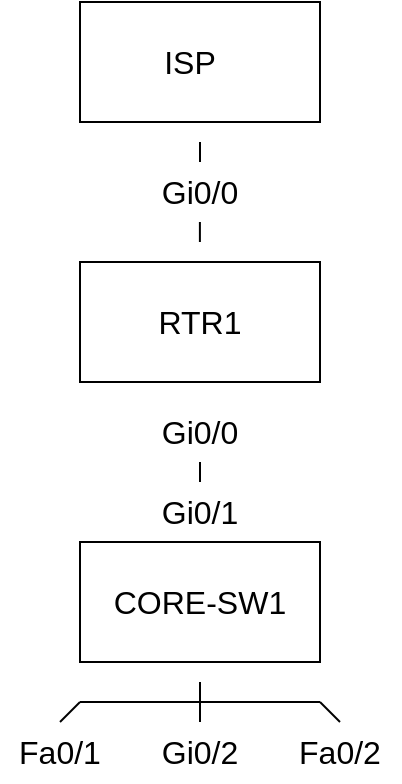
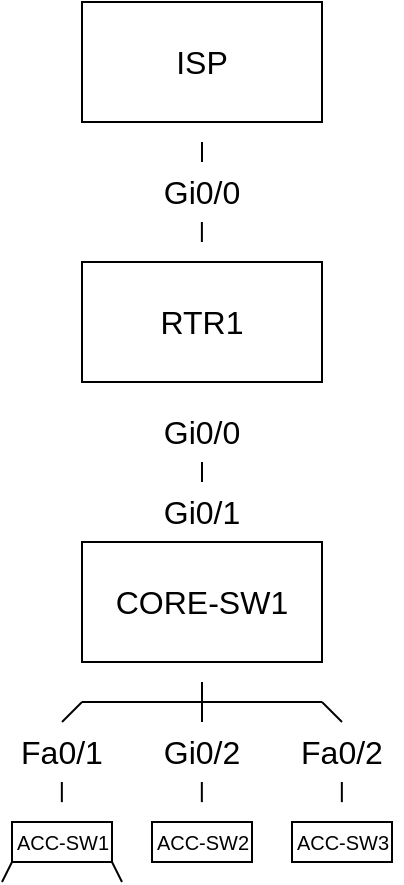
<mxfile host="app.diagrams.net">
  <diagram name="Page-1" id="nrHBfVMkrXwOKs-d-XcE">
-     <mxGraphModel dx="408" dy="374" grid="1" gridSize="10" guides="1" tooltips="1" connect="1" arrows="1" fold="1" page="1" pageScale="1" pageWidth="850" pageHeight="1100" math="0" shadow="0">
+     <mxGraphModel dx="175" dy="160" grid="1" gridSize="10" guides="1" tooltips="1" connect="1" arrows="1" fold="1" page="1" pageScale="1" pageWidth="850" pageHeight="1100" math="0" shadow="0">
      <root>
        <mxCell id="0" />
        <mxCell id="1" parent="0" />
        <mxCell id="PAGTaIKxO_D1mukXTtMI-1" parent="1" style="whiteSpace=wrap;html=1;" value="" vertex="1">
          <mxGeometry height="60" width="120" x="340" y="10" as="geometry" />
        </mxCell>
        <mxCell id="PAGTaIKxO_D1mukXTtMI-3" parent="1" style="text;html=1;whiteSpace=wrap;strokeColor=none;fillColor=none;align=center;verticalAlign=middle;rounded=0;fontSize=16;" value="ISP" vertex="1">
-           <mxGeometry height="30" width="60" x="365" y="25" as="geometry" />
+           <mxGeometry height="30" width="60" x="370" y="25" as="geometry" />
        </mxCell>
        <mxCell id="PAGTaIKxO_D1mukXTtMI-8" edge="1" parent="1" style="edgeStyle=none;orthogonalLoop=1;jettySize=auto;html=1;rounded=0;fontSize=12;startSize=8;endSize=8;curved=1;endArrow=none;endFill=0;" value="">
          <mxGeometry relative="1" width="120" as="geometry">
            <Array as="points" />
            <mxPoint x="400" y="80" as="sourcePoint" />
            <mxPoint x="400" y="90" as="targetPoint" />
          </mxGeometry>
        </mxCell>
        <mxCell id="PAGTaIKxO_D1mukXTtMI-9" parent="1" style="text;html=1;whiteSpace=wrap;strokeColor=none;fillColor=none;align=center;verticalAlign=middle;rounded=0;fontSize=16;" value="Gi0/0" vertex="1">
          <mxGeometry height="30" width="60" x="370" y="90" as="geometry" />
        </mxCell>
        <mxCell id="PAGTaIKxO_D1mukXTtMI-10" edge="1" parent="1" style="edgeStyle=none;orthogonalLoop=1;jettySize=auto;html=1;rounded=0;fontSize=12;startSize=8;endSize=8;curved=1;endArrow=none;endFill=0;" value="">
          <mxGeometry relative="1" width="120" as="geometry">
            <Array as="points" />
            <mxPoint x="399.95" y="130" as="sourcePoint" />
            <mxPoint x="399.95" y="120" as="targetPoint" />
          </mxGeometry>
        </mxCell>
        <mxCell id="PAGTaIKxO_D1mukXTtMI-11" parent="1" style="whiteSpace=wrap;html=1;" value="" vertex="1">
          <mxGeometry height="60" width="120" x="340" y="140" as="geometry" />
        </mxCell>
        <mxCell id="PAGTaIKxO_D1mukXTtMI-12" parent="1" style="text;html=1;whiteSpace=wrap;strokeColor=none;fillColor=none;align=center;verticalAlign=middle;rounded=0;fontSize=16;" value="RTR1" vertex="1">
          <mxGeometry height="30" width="60" x="370" y="155" as="geometry" />
        </mxCell>
        <mxCell id="PAGTaIKxO_D1mukXTtMI-13" parent="1" style="text;html=1;whiteSpace=wrap;strokeColor=none;fillColor=none;align=center;verticalAlign=middle;rounded=0;fontSize=16;" value="Gi0/0" vertex="1">
          <mxGeometry height="30" width="60" x="370" y="210" as="geometry" />
        </mxCell>
        <mxCell id="PAGTaIKxO_D1mukXTtMI-15" edge="1" parent="1" style="edgeStyle=none;orthogonalLoop=1;jettySize=auto;html=1;rounded=0;fontSize=12;startSize=8;endSize=8;curved=1;endArrow=none;endFill=0;" value="">
          <mxGeometry relative="1" width="120" as="geometry">
            <Array as="points" />
            <mxPoint x="400" y="240" as="sourcePoint" />
            <mxPoint x="400" y="250" as="targetPoint" />
          </mxGeometry>
        </mxCell>
        <mxCell id="PAGTaIKxO_D1mukXTtMI-16" parent="1" style="text;html=1;whiteSpace=wrap;strokeColor=none;fillColor=none;align=center;verticalAlign=middle;rounded=0;fontSize=16;" value="Gi0/1" vertex="1">
          <mxGeometry height="30" width="60" x="370" y="250" as="geometry" />
        </mxCell>
        <mxCell id="PAGTaIKxO_D1mukXTtMI-17" parent="1" style="whiteSpace=wrap;html=1;" value="" vertex="1">
          <mxGeometry height="60" width="120" x="340" y="280" as="geometry" />
        </mxCell>
        <mxCell id="PAGTaIKxO_D1mukXTtMI-18" parent="1" style="text;html=1;whiteSpace=wrap;strokeColor=none;fillColor=none;align=center;verticalAlign=middle;rounded=0;fontSize=16;" value="CORE-SW1" vertex="1">
          <mxGeometry height="30" width="100" x="350" y="295" as="geometry" />
        </mxCell>
        <mxCell id="PAGTaIKxO_D1mukXTtMI-19" edge="1" parent="1" style="edgeStyle=none;orthogonalLoop=1;jettySize=auto;html=1;rounded=0;fontSize=12;startSize=8;endSize=8;curved=1;endArrow=none;endFill=0;" value="">
          <mxGeometry relative="1" width="120" as="geometry">
            <Array as="points" />
            <mxPoint x="400" y="350" as="sourcePoint" />
            <mxPoint x="400" y="360" as="targetPoint" />
          </mxGeometry>
        </mxCell>
        <mxCell id="PAGTaIKxO_D1mukXTtMI-20" edge="1" parent="1" style="edgeStyle=none;orthogonalLoop=1;jettySize=auto;html=1;rounded=0;fontSize=12;startSize=8;endSize=8;curved=1;endArrow=none;endFill=0;" value="">
          <mxGeometry relative="1" width="120" as="geometry">
            <Array as="points" />
            <mxPoint x="340" y="360" as="sourcePoint" />
            <mxPoint x="460" y="360" as="targetPoint" />
          </mxGeometry>
        </mxCell>
        <mxCell id="PAGTaIKxO_D1mukXTtMI-21" edge="1" parent="1" style="edgeStyle=none;orthogonalLoop=1;jettySize=auto;html=1;rounded=0;fontSize=12;startSize=8;endSize=8;curved=1;endArrow=none;endFill=0;" value="">
          <mxGeometry relative="1" width="120" as="geometry">
            <Array as="points" />
            <mxPoint x="400" y="360" as="sourcePoint" />
            <mxPoint x="400" y="370" as="targetPoint" />
          </mxGeometry>
        </mxCell>
        <mxCell id="PAGTaIKxO_D1mukXTtMI-23" edge="1" parent="1" style="edgeStyle=none;orthogonalLoop=1;jettySize=auto;html=1;rounded=0;fontSize=12;startSize=8;endSize=8;curved=1;endArrow=none;endFill=0;" value="">
          <mxGeometry relative="1" width="120" as="geometry">
            <Array as="points" />
            <mxPoint x="340" y="360" as="sourcePoint" />
            <mxPoint x="330" y="370" as="targetPoint" />
          </mxGeometry>
        </mxCell>
        <mxCell id="PAGTaIKxO_D1mukXTtMI-24" edge="1" parent="1" style="edgeStyle=none;orthogonalLoop=1;jettySize=auto;html=1;rounded=0;fontSize=12;startSize=8;endSize=8;curved=1;endArrow=none;endFill=0;" value="">
          <mxGeometry relative="1" width="120" as="geometry">
            <Array as="points" />
            <mxPoint x="470" y="370" as="sourcePoint" />
            <mxPoint x="460" y="360" as="targetPoint" />
          </mxGeometry>
        </mxCell>
        <mxCell id="PAGTaIKxO_D1mukXTtMI-25" parent="1" style="text;html=1;whiteSpace=wrap;strokeColor=none;fillColor=none;align=center;verticalAlign=middle;rounded=0;fontSize=16;" value="Fa0/1" vertex="1">
          <mxGeometry height="30" width="60" x="300" y="370" as="geometry" />
        </mxCell>
        <mxCell id="PAGTaIKxO_D1mukXTtMI-26" parent="1" style="text;html=1;whiteSpace=wrap;strokeColor=none;fillColor=none;align=center;verticalAlign=middle;rounded=0;fontSize=16;" value="Gi0/2" vertex="1">
          <mxGeometry height="30" width="60" x="370" y="370" as="geometry" />
        </mxCell>
        <mxCell id="PAGTaIKxO_D1mukXTtMI-27" parent="1" style="text;html=1;whiteSpace=wrap;strokeColor=none;fillColor=none;align=center;verticalAlign=middle;rounded=0;fontSize=16;" value="Fa0/2" vertex="1">
          <mxGeometry height="30" width="60" x="440" y="370" as="geometry" />
        </mxCell>
+         <mxCell id="HQMXMfczDyNlfQodfAvz-1" edge="1" parent="1" style="edgeStyle=none;orthogonalLoop=1;jettySize=auto;html=1;rounded=0;fontSize=12;startSize=8;endSize=8;curved=1;endArrow=none;endFill=0;" value="">
+           <mxGeometry relative="1" width="120" as="geometry">
+             <Array as="points" />
+             <mxPoint x="329.92" y="400" as="sourcePoint" />
+             <mxPoint x="329.92" y="410.08" as="targetPoint" />
+           </mxGeometry>
+         </mxCell>
+         <mxCell id="HQMXMfczDyNlfQodfAvz-2" edge="1" parent="1" style="edgeStyle=none;orthogonalLoop=1;jettySize=auto;html=1;rounded=0;fontSize=12;startSize=8;endSize=8;curved=1;endArrow=none;endFill=0;" value="">
+           <mxGeometry relative="1" width="120" as="geometry">
+             <Array as="points" />
+             <mxPoint x="399.92" y="400" as="sourcePoint" />
+             <mxPoint x="399.92" y="410.08" as="targetPoint" />
+           </mxGeometry>
+         </mxCell>
+         <mxCell id="HQMXMfczDyNlfQodfAvz-3" edge="1" parent="1" style="edgeStyle=none;orthogonalLoop=1;jettySize=auto;html=1;rounded=0;fontSize=12;startSize=8;endSize=8;curved=1;endArrow=none;endFill=0;" value="">
+           <mxGeometry relative="1" width="120" as="geometry">
+             <Array as="points" />
+             <mxPoint x="469.92" y="400" as="sourcePoint" />
+             <mxPoint x="469.92" y="410.08" as="targetPoint" />
+           </mxGeometry>
+         </mxCell>
+         <mxCell id="HQMXMfczDyNlfQodfAvz-4" parent="1" style="whiteSpace=wrap;html=1;" value="" vertex="1">
+           <mxGeometry height="20" width="50" x="305" y="420" as="geometry" />
+         </mxCell>
+         <mxCell id="HQMXMfczDyNlfQodfAvz-5" parent="1" style="whiteSpace=wrap;html=1;" value="" vertex="1">
+           <mxGeometry height="20" width="50" x="375" y="420" as="geometry" />
+         </mxCell>
+         <mxCell id="HQMXMfczDyNlfQodfAvz-6" parent="1" style="whiteSpace=wrap;html=1;" value="" vertex="1">
+           <mxGeometry height="20" width="50" x="445" y="420" as="geometry" />
+         </mxCell>
+         <mxCell id="HQMXMfczDyNlfQodfAvz-8" parent="1" style="text;html=1;whiteSpace=wrap;strokeColor=none;fillColor=none;align=center;verticalAlign=middle;rounded=0;fontSize=10;" value="ACC-SW1" vertex="1">
+           <mxGeometry height="20" width="55" x="302.5" y="420" as="geometry" />
+         </mxCell>
+         <mxCell id="HQMXMfczDyNlfQodfAvz-9" parent="1" style="text;html=1;whiteSpace=wrap;strokeColor=none;fillColor=none;align=center;verticalAlign=middle;rounded=0;fontSize=10;" value="ACC-SW2&lt;span style=&quot;color: rgba(0, 0, 0, 0); font-family: monospace; font-size: 0px; text-align: start; white-space: nowrap;&quot;&gt;%3CmxGraphModel%3E%3Croot%3E%3CmxCell%20id%3D%220%22%2F%3E%3CmxCell%20id%3D%221%22%20parent%3D%220%22%2F%3E%3CmxCell%20id%3D%222%22%20parent%3D%221%22%20style%3D%22text%3Bhtml%3D1%3BwhiteSpace%3Dwrap%3BstrokeColor%3Dnone%3BfillColor%3Dnone%3Balign%3Dcenter%3BverticalAlign%3Dmiddle%3Brounded%3D0%3BfontSize%3D10%3B%22%20value%3D%22ACC-SW1%22%20vertex%3D%221%22%3E%3CmxGeometry%20height%3D%2220%22%20width%3D%2255%22%20x%3D%22302.5%22%20y%3D%22420%22%20as%3D%22geometry%22%2F%3E%3C%2FmxCell%3E%3C%2Froot%3E%3C%2FmxGraphModel%3E&lt;/span&gt;" vertex="1">
+           <mxGeometry height="20" width="55" x="372.5" y="420" as="geometry" />
+         </mxCell>
+         <mxCell id="HQMXMfczDyNlfQodfAvz-10" parent="1" style="text;html=1;whiteSpace=wrap;strokeColor=none;fillColor=none;align=center;verticalAlign=middle;rounded=0;fontSize=10;" value="ACC-SW3" vertex="1">
+           <mxGeometry height="20" width="55" x="442.5" y="420" as="geometry" />
+         </mxCell>
+         <mxCell id="HQMXMfczDyNlfQodfAvz-11" edge="1" parent="1" style="edgeStyle=none;orthogonalLoop=1;jettySize=auto;html=1;rounded=0;fontSize=12;startSize=8;endSize=8;curved=1;endArrow=none;endFill=0;" value="">
+           <mxGeometry relative="1" width="120" as="geometry">
+             <Array as="points" />
+             <mxPoint x="305" y="440" as="sourcePoint" />
+             <mxPoint x="300" y="450" as="targetPoint" />
+           </mxGeometry>
+         </mxCell>
+         <mxCell id="HQMXMfczDyNlfQodfAvz-12" edge="1" parent="1" style="edgeStyle=none;orthogonalLoop=1;jettySize=auto;html=1;rounded=0;fontSize=12;startSize=8;endSize=8;curved=1;endArrow=none;endFill=0;" value="">
+           <mxGeometry relative="1" width="120" as="geometry">
+             <Array as="points" />
+             <mxPoint x="355" y="440" as="sourcePoint" />
+             <mxPoint x="360" y="450" as="targetPoint" />
+           </mxGeometry>
+         </mxCell>
      </root>
    </mxGraphModel>
  </diagram>
</mxfile>
